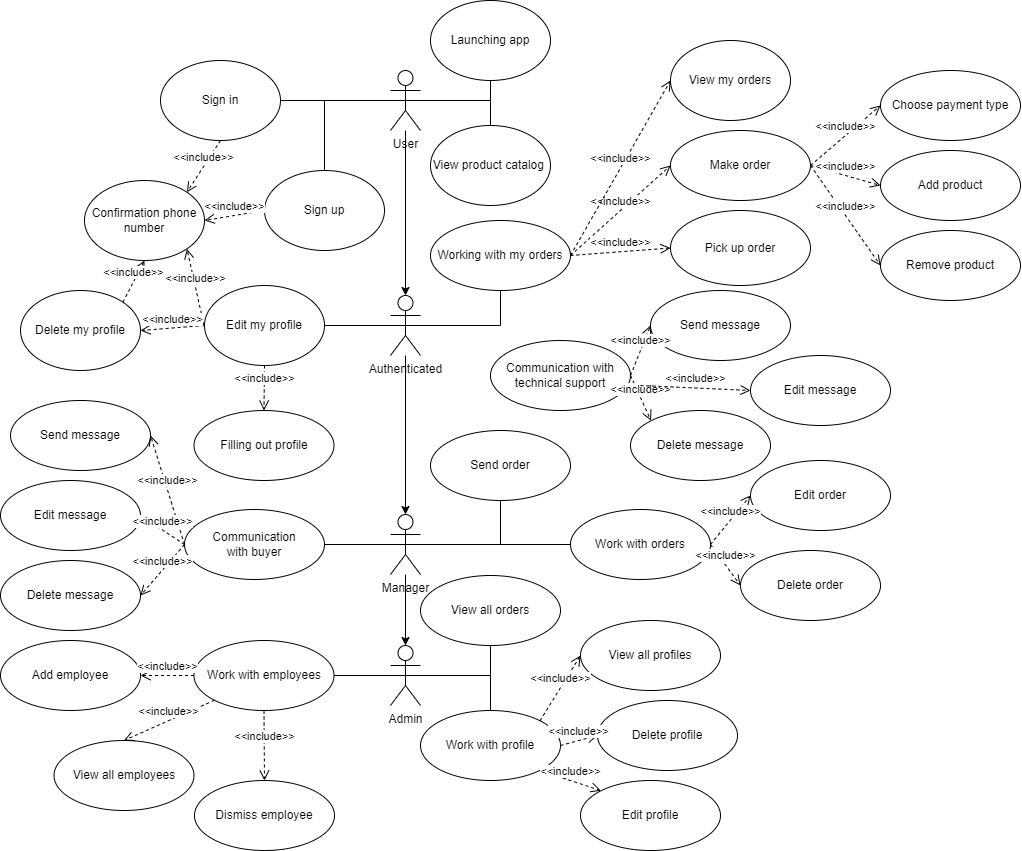
Earlier version of the draw.io export docs/uml/shesterochka.drawio.png (JustKingYT1/demo_app). Source tidied: cells renumbered, new cells last; positions are measured from the earlier drawing's top-left corner, leaving out a move shared by most shapes.
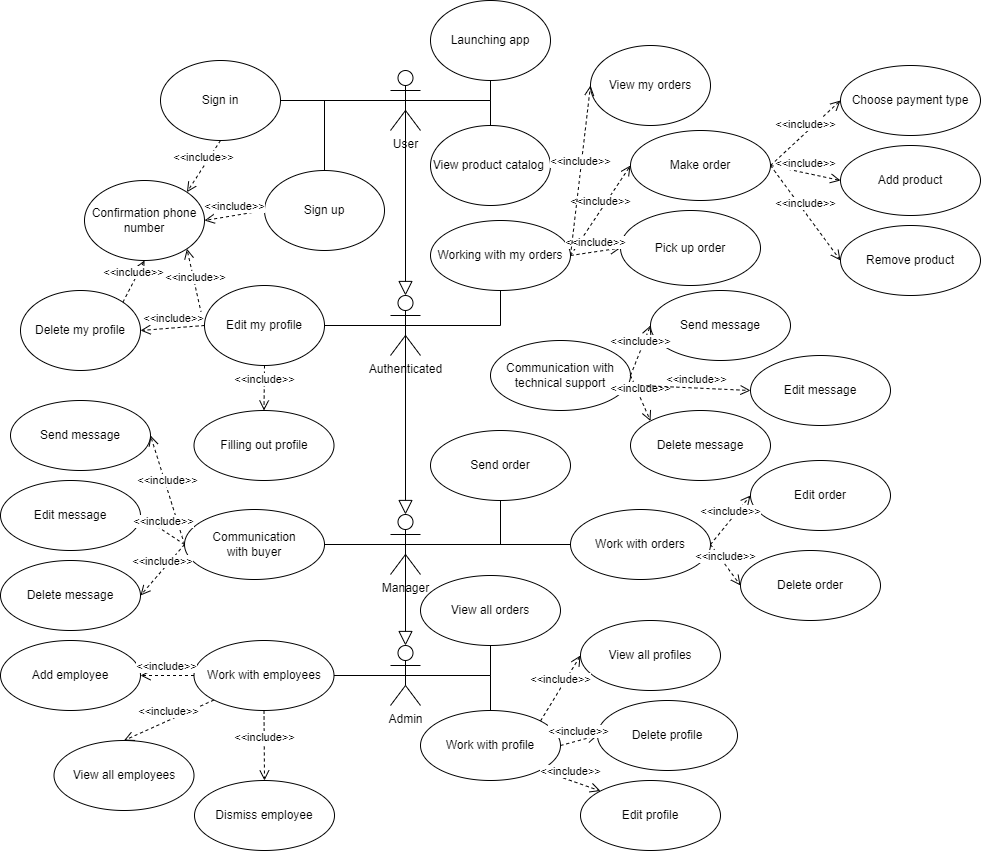
Later version of the same file.

Diff of the diagram source:
```diff
@@ -2,9 +2,6 @@
   <root>
     <mxCell id="0" />
     <mxCell id="1" parent="0" />
-    <mxCell id="2" style="edgeStyle=orthogonalEdgeStyle;rounded=0;jettySize=auto;html=1;entryX=0.5;entryY=0;entryDx=0;entryDy=0;entryPerimeter=0;" parent="1" edge="1" source="3" target="12">
-      <mxGeometry relative="1" as="geometry" />
-    </mxCell>
     <mxCell id="3" value="User" style="shape=umlActor;verticalLabelPosition=bottom;verticalAlign=top;html=1;outlineConnect=0;" parent="1" vertex="1">
       <mxGeometry x="390" y="70" width="30" height="60" as="geometry" />
     </mxCell>
@@ -15,7 +12,7 @@
       <mxGeometry x="264" y="170" width="120" height="80" as="geometry" />
     </mxCell>
     <mxCell id="6" value="View my orders" style="ellipse;whiteSpace=wrap;html=1;" parent="1" vertex="1">
-      <mxGeometry x="670" y="40" width="120" height="80" as="geometry" />
+      <mxGeometry x="590" y="45" width="120" height="80" as="geometry" />
     </mxCell>
     <mxCell id="7" value="Launching app" style="ellipse;whiteSpace=wrap;html=1;" parent="1" vertex="1">
       <mxGeometry x="430" width="120" height="80" as="geometry" />
@@ -29,9 +26,6 @@
     <mxCell id="10" value="View product catalog&amp;nbsp;" style="ellipse;whiteSpace=wrap;html=1;" parent="1" vertex="1">
       <mxGeometry x="430" y="125" width="120" height="80" as="geometry" />
     </mxCell>
-    <mxCell id="11" style="edgeStyle=orthogonalEdgeStyle;rounded=0;jettySize=auto;html=1;entryX=0.5;entryY=0;entryDx=0;entryDy=0;entryPerimeter=0;" parent="1" edge="1" source="12" target="31">
-      <mxGeometry relative="1" as="geometry" />
-    </mxCell>
     <mxCell id="12" value="Authenticated" style="shape=umlActor;verticalLabelPosition=bottom;verticalAlign=top;html=1;" parent="1" vertex="1">
       <mxGeometry x="390" y="295" width="30" height="60" as="geometry" />
     </mxCell>
@@ -42,13 +36,13 @@
       <mxGeometry relative="1" as="geometry" />
     </mxCell>
     <mxCell id="15" value="Make order" style="ellipse;whiteSpace=wrap;html=1;" parent="1" vertex="1">
-      <mxGeometry x="670" y="130" width="140" height="70" as="geometry" />
+      <mxGeometry x="630" y="130" width="140" height="70" as="geometry" />
     </mxCell>
     <mxCell id="16" value="Add product" style="ellipse;whiteSpace=wrap;html=1;" parent="1" vertex="1">
-      <mxGeometry x="880" y="150" width="140" height="70" as="geometry" />
+      <mxGeometry x="840" y="145" width="140" height="70" as="geometry" />
     </mxCell>
     <mxCell id="17" value="Remove product" style="ellipse;whiteSpace=wrap;html=1;" parent="1" vertex="1">
-      <mxGeometry x="880" y="230" width="140" height="70" as="geometry" />
+      <mxGeometry x="840" y="225" width="140" height="70" as="geometry" />
     </mxCell>
     <mxCell id="18" value="&amp;lt;&amp;lt;include&amp;gt;&amp;gt;" style="html=1;verticalAlign=bottom;endArrow=open;dashed=1;endSize=8;curved=0;rounded=0;exitX=1;exitY=0.5;exitDx=0;exitDy=0;entryX=0;entryY=0.5;entryDx=0;entryDy=0;" parent="1" edge="1" source="15" target="16">
       <mxGeometry relative="1" as="geometry" />
@@ -68,7 +62,7 @@
       <mxGeometry relative="1" as="geometry" />
     </mxCell>
     <mxCell id="23" value="Choose payment type" style="ellipse;whiteSpace=wrap;html=1;" parent="1" vertex="1">
-      <mxGeometry x="880" y="70" width="140" height="70" as="geometry" />
+      <mxGeometry x="840" y="65" width="140" height="70" as="geometry" />
     </mxCell>
     <mxCell id="24" value="&amp;lt;&amp;lt;include&amp;gt;&amp;gt;" style="html=1;verticalAlign=bottom;endArrow=open;dashed=1;endSize=8;curved=0;rounded=0;entryX=0;entryY=0.5;entryDx=0;entryDy=0;exitX=1;exitY=0.5;exitDx=0;exitDy=0;" parent="1" edge="1" source="15" target="23">
       <mxGeometry relative="1" as="geometry" />
@@ -80,7 +74,7 @@
       <mxGeometry relative="1" as="geometry" />
     </mxCell>
     <mxCell id="27" value="Pick up order" style="ellipse;whiteSpace=wrap;html=1;" parent="1" vertex="1">
-      <mxGeometry x="670" y="210" width="140" height="75" as="geometry" />
+      <mxGeometry x="620" y="210" width="140" height="75" as="geometry" />
     </mxCell>
     <mxCell id="28" value="&amp;lt;&amp;lt;include&amp;gt;&amp;gt;" style="html=1;verticalAlign=bottom;endArrow=open;dashed=1;endSize=8;curved=0;rounded=0;exitX=1;exitY=0.5;exitDx=0;exitDy=0;entryX=0;entryY=0.5;entryDx=0;entryDy=0;" parent="1" edge="1" source="25" target="27">
       <mxGeometry relative="1" as="geometry" />
@@ -88,9 +82,6 @@
     <mxCell id="29" value="Сommunication with technical support" style="ellipse;whiteSpace=wrap;html=1;" parent="1" vertex="1">
       <mxGeometry x="490" y="340" width="140" height="70" as="geometry" />
     </mxCell>
-    <mxCell id="30" style="edgeStyle=orthogonalEdgeStyle;rounded=0;jettySize=auto;html=1;entryX=0.5;entryY=0;entryDx=0;entryDy=0;entryPerimeter=0;" parent="1" edge="1" source="31" target="42">
-      <mxGeometry relative="1" as="geometry" />
-    </mxCell>
     <mxCell id="31" value="Manager" style="shape=umlActor;verticalLabelPosition=bottom;verticalAlign=top;html=1;" parent="1" vertex="1">
       <mxGeometry x="390" y="514" width="30" height="60" as="geometry" />
     </mxCell>
@@ -277,5 +268,14 @@
     <mxCell id="82" style="endArrow=none;html=1;rounded=0;exitX=0.5;exitY=0.5;exitDx=0;exitDy=0;exitPerimeter=0;entryX=1;entryY=0.5;entryDx=0;entryDy=0;" parent="1" edge="1" source="31" target="37">
       <mxGeometry relative="1" as="geometry" />
     </mxCell>
+    <mxCell id="2" style="endArrow=block;dashed=0;endFill=0;endSize=12;html=1;rounded=0;exitX=0.5;exitY=0.5;exitDx=0;exitDy=0;exitPerimeter=0;entryX=0.5;entryY=0;entryDx=0;entryDy=0;entryPerimeter=0;" parent="1" edge="1" source="3" target="12">
+      <mxGeometry relative="1" as="geometry" />
+    </mxCell>
+    <mxCell id="11" style="endArrow=block;dashed=0;endFill=0;endSize=12;html=1;rounded=0;entryX=0.5;entryY=0;entryDx=0;entryDy=0;entryPerimeter=0;exitX=0.5;exitY=0.5;exitDx=0;exitDy=0;exitPerimeter=0;" parent="1" edge="1" source="12" target="31">
+      <mxGeometry relative="1" as="geometry" />
+    </mxCell>
+    <mxCell id="30" style="endArrow=block;dashed=0;endFill=0;endSize=12;html=1;rounded=0;entryX=0.5;entryY=0;entryDx=0;entryDy=0;entryPerimeter=0;exitX=0.5;exitY=0.5;exitDx=0;exitDy=0;exitPerimeter=0;" parent="1" edge="1" source="31" target="42">
+      <mxGeometry relative="1" as="geometry" />
+    </mxCell>
   </root>
 </mxGraphModel>
```
